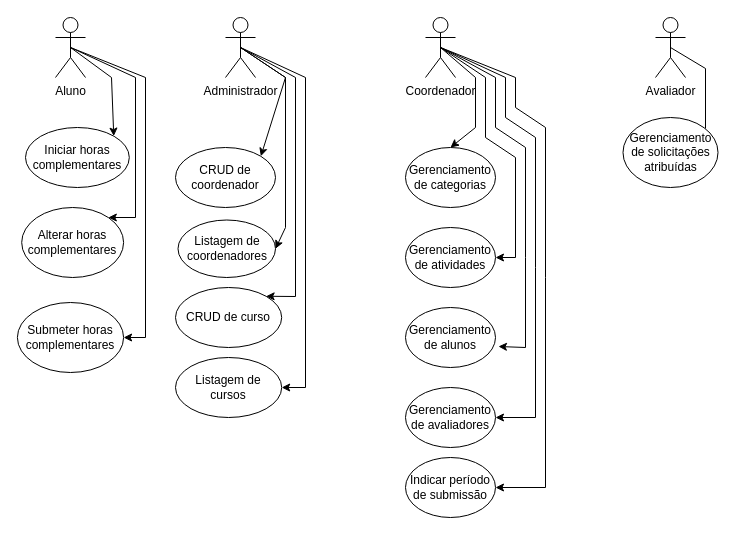
The draw.io diagram trabanalise.drawio in DGzzzzz/ADS_IF, before the edit. Source tidied: cells renumbered, new cells numbered last; positions are measured from the earlier drawing's top-left corner, leaving out a move shared by most shapes. Both pictures are drawn from the tidied source at 100%, with x=0, y=0 at pixel (17, 17).
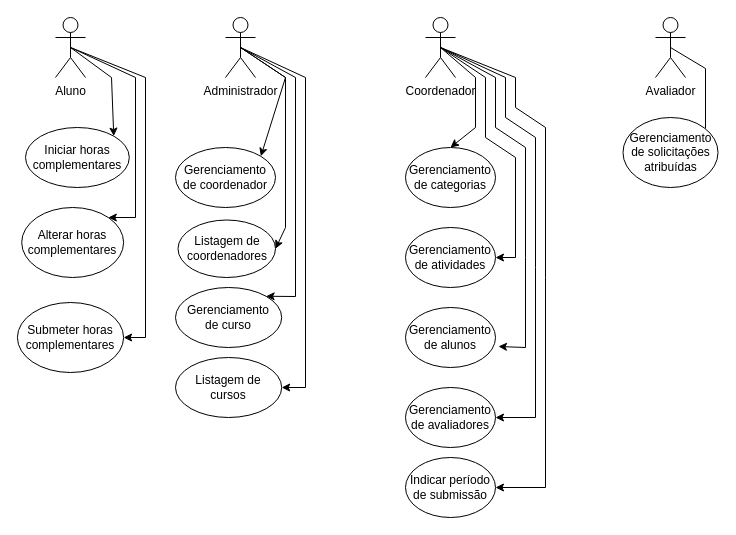
The same diagram, later.

Diff of the diagram source:
```diff
@@
-    <mxCell id="6" value="CRUD&lt;span style=&quot;background-color: transparent; color: light-dark(rgb(0, 0, 0), rgb(255, 255, 255));&quot;&gt;&amp;nbsp;de curso&lt;/span&gt;" style="ellipse;whiteSpace=wrap;html=1;" parent="1" vertex="1">
+    <mxCell id="6" value="&lt;span style=&quot;background-color: transparent; color: light-dark(rgb(0, 0, 0), rgb(255, 255, 255));&quot;&gt;Gerenciamento&lt;/span&gt;&lt;div&gt;&lt;span style=&quot;background-color: transparent; color: light-dark(rgb(0, 0, 0), rgb(255, 255, 255));&quot;&gt;de curso&lt;/span&gt;&lt;/div&gt;" style="ellipse;whiteSpace=wrap;html=1;" parent="1" vertex="1">
       <mxGeometry x="158" y="270" width="106.2" height="60" as="geometry" />
     </mxCell>
-    <mxCell id="7" value="CRUD&lt;span style=&quot;background-color: transparent; color: light-dark(rgb(0, 0, 0), rgb(255, 255, 255));&quot;&gt;&amp;nbsp;de coordenador&lt;/span&gt;" style="ellipse;whiteSpace=wrap;html=1;" parent="1" vertex="1">
+    <mxCell id="7" value="&lt;span style=&quot;background-color: transparent; color: light-dark(rgb(0, 0, 0), rgb(255, 255, 255));&quot;&gt;Gerenciamento de coordenador&lt;/span&gt;" style="ellipse;whiteSpace=wrap;html=1;" parent="1" vertex="1">
       <mxGeometry x="158" y="130" width="100" height="60" as="geometry" />
     </mxCell>
```
